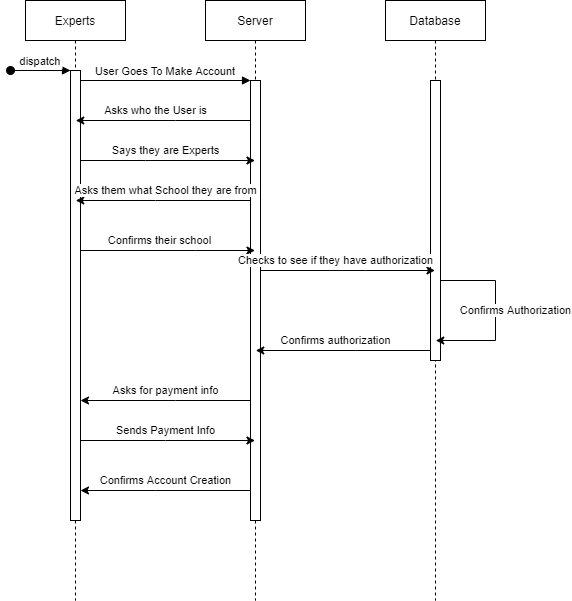
Above: Deliverables/Week_3/Use_Case/Experts/Sequence Diagrams/User_Maintenance.png in Hanandrof/Group-3-Repository (draw.io), before the change. Source tidied: cells renumbered, new cells last; positions are measured from the earlier drawing's top-left corner, leaving out a move shared by most shapes.
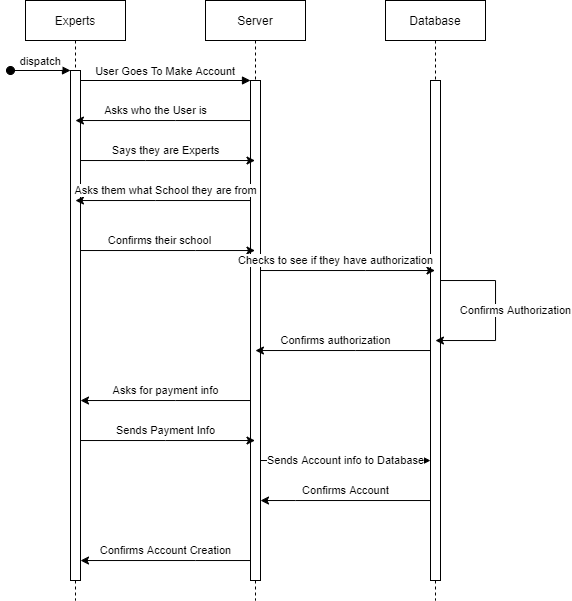
Later version of the same file.

The edit, as a diff of the source:
```diff
@@ -6,7 +6,7 @@
       <mxGeometry x="15" width="100" height="600" as="geometry" />
     </mxCell>
     <mxCell id="3" style="points=[];perimeter=orthogonalPerimeter;rounded=0;shadow=0;strokeWidth=1;" parent="2" vertex="1">
-      <mxGeometry x="45" y="70" width="10" height="450" as="geometry" />
+      <mxGeometry x="45" y="70" width="10" height="510" as="geometry" />
     </mxCell>
     <mxCell id="4" value="dispatch" style="verticalAlign=bottom;startArrow=oval;endArrow=block;startSize=8;shadow=0;strokeWidth=1;" parent="2" edge="1" target="3">
       <mxGeometry relative="1" as="geometry">
@@ -17,7 +17,7 @@
       <mxGeometry x="195" width="100" height="600" as="geometry" />
     </mxCell>
     <mxCell id="6" style="points=[];perimeter=orthogonalPerimeter;rounded=0;shadow=0;strokeWidth=1;" parent="5" vertex="1">
-      <mxGeometry x="45" y="80" width="10" height="440" as="geometry" />
+      <mxGeometry x="45" y="80" width="10" height="500" as="geometry" />
     </mxCell>
     <mxCell id="7" value="User Goes To Make Account" style="verticalAlign=bottom;endArrow=block;entryX=0;entryY=0;shadow=0;strokeWidth=1;" parent="1" edge="1" source="3" target="6">
       <mxGeometry relative="1" as="geometry" />
@@ -93,8 +93,8 @@
     <mxCell id="18" style="edgeStyle=orthogonalEdgeStyle;rounded=0;jettySize=auto;html=1;" parent="1" edge="1" source="6" target="3">
       <mxGeometry relative="1" as="geometry">
         <Array as="points">
-          <mxPoint x="145" y="490" />
-          <mxPoint x="145" y="490" />
+          <mxPoint x="185" y="560" />
+          <mxPoint x="185" y="560" />
         </Array>
       </mxGeometry>
     </mxCell>
@@ -107,7 +107,7 @@
       <mxGeometry x="375" width="100" height="600" as="geometry" />
     </mxCell>
     <mxCell id="21" style="points=[];perimeter=orthogonalPerimeter;rounded=0;shadow=0;strokeWidth=1;" parent="20" vertex="1">
-      <mxGeometry x="45" y="80" width="10" height="280" as="geometry" />
+      <mxGeometry x="45" y="80" width="10" height="500" as="geometry" />
     </mxCell>
     <mxCell id="22" style="edgeStyle=orthogonalEdgeStyle;rounded=0;jettySize=auto;html=1;" parent="20" edge="1" source="21" target="20">
       <mxGeometry relative="1" as="geometry">
@@ -138,5 +138,31 @@
         </Array>
       </mxGeometry>
     </mxCell>
+    <mxCell id="26" style="edgeStyle=orthogonalEdgeStyle;rounded=0;jettySize=auto;html=1;" parent="1" edge="1" source="6" target="21">
+      <mxGeometry relative="1" as="geometry">
+        <Array as="points">
+          <mxPoint x="375" y="460" />
+          <mxPoint x="375" y="460" />
+        </Array>
+      </mxGeometry>
+    </mxCell>
+    <mxCell id="27" value="Sends Account info to Database" style="edgeLabel;html=1;align=center;verticalAlign=middle;" parent="26" vertex="1">
+      <mxGeometry x="0.07" relative="1" as="geometry">
+        <mxPoint x="-5.9" as="offset" />
+      </mxGeometry>
+    </mxCell>
+    <mxCell id="28" style="edgeStyle=orthogonalEdgeStyle;rounded=0;jettySize=auto;html=1;" parent="1" edge="1" source="21" target="6">
+      <mxGeometry relative="1" as="geometry">
+        <Array as="points">
+          <mxPoint x="285" y="500" />
+          <mxPoint x="285" y="500" />
+        </Array>
+      </mxGeometry>
+    </mxCell>
+    <mxCell id="29" value="Confirms Account" style="edgeLabel;html=1;align=center;verticalAlign=middle;" parent="28" vertex="1">
+      <mxGeometry x="0.62" y="-1" relative="1" as="geometry">
+        <mxPoint x="52.1" y="-9" as="offset" />
+      </mxGeometry>
+    </mxCell>
   </root>
 </mxGraphModel>
```
